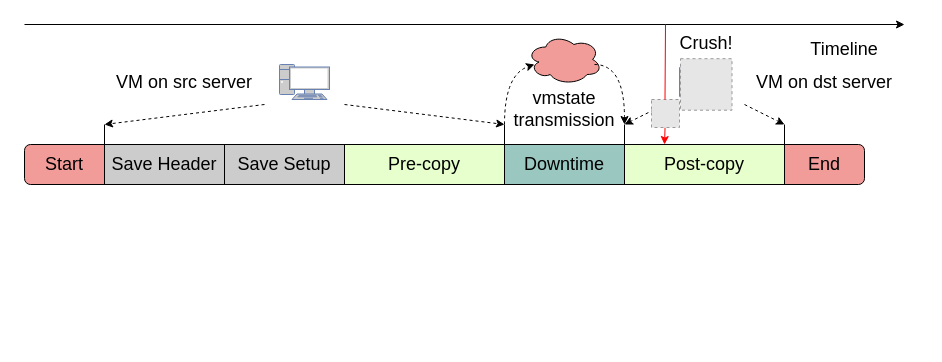
This is qemu-migration/live migration procedure.drawio from xuyizhe1999/drawio, a draw.io file, before an edit. Source tidied: cells renumbered, new cells numbered last; positions are measured from the earlier drawing's top-left corner, leaving out a move shared by most shapes. Both pictures are drawn from the tidied source at 100%, with x=0, y=0 at pixel (24, 24). Pictures stored in the file or linked from it are replaced by grey dashed boxes.
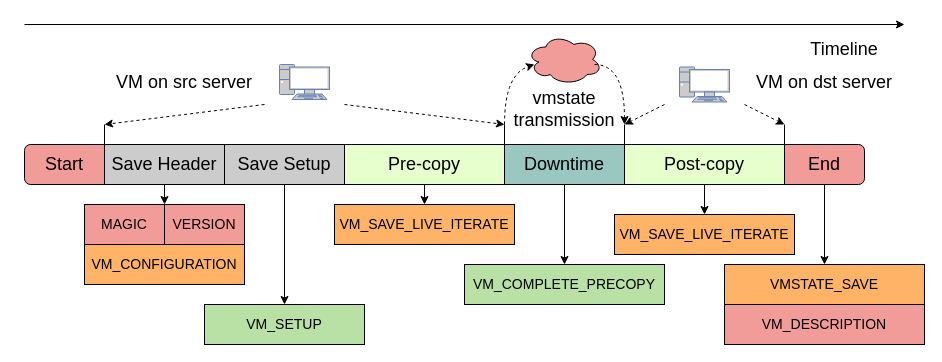
Above is the later version.

Unchanged cells that the change refers to:
```xml
<mxCell id="5" value="Save Header" style="rounded=0;whiteSpace=wrap;html=1;fontSize=18;fillColor=#CCCCCC;" parent="1" vertex="1">
  <mxGeometry x="80" y="120" width="120" height="40" as="geometry" />
</mxCell>
<mxCell id="6" value="Save Setup" style="rounded=0;whiteSpace=wrap;html=1;fontSize=18;fillColor=#CCCCCC;" parent="1" vertex="1">
  <mxGeometry x="200" y="120" width="120" height="40" as="geometry" />
</mxCell>
<mxCell id="8" value="Pre-copy" style="rounded=0;whiteSpace=wrap;html=1;fontSize=18;fillColor=#E6FFCC;" parent="1" vertex="1">
  <mxGeometry x="320" y="120" width="160" height="40" as="geometry" />
</mxCell>
<mxCell id="9" value="Downtime" style="rounded=0;whiteSpace=wrap;html=1;fontSize=18;fillColor=#9AC7BF;" parent="1" vertex="1">
  <mxGeometry x="480" y="120" width="120" height="40" as="geometry" />
</mxCell>
<mxCell id="10" value="Post-copy" style="rounded=0;whiteSpace=wrap;html=1;fontSize=18;fillColor=#E6FFCC;" parent="1" vertex="1">
  <mxGeometry x="600" y="120" width="160" height="40" as="geometry" />
</mxCell>
```

What changed in the source:
```diff
@@
+    <mxCell id="34" style="edgeStyle=orthogonalEdgeStyle;rounded=0;jettySize=auto;html=1;exitX=0.5;exitY=1;exitDx=0;exitDy=0;entryX=0;entryY=0;entryDx=0;entryDy=0;fontSize=14;strokeColor=#000000;" parent="1" edge="1" source="5" target="40">
+      <mxGeometry relative="1" as="geometry" />
+    </mxCell>
@@
+    <mxCell id="35" style="edgeStyle=orthogonalEdgeStyle;rounded=0;jettySize=auto;html=1;exitX=0.5;exitY=1;exitDx=0;exitDy=0;entryX=0.5;entryY=0;entryDx=0;entryDy=0;fontSize=14;strokeColor=#000000;" parent="1" edge="1" source="6" target="42">
+      <mxGeometry relative="1" as="geometry" />
+    </mxCell>
@@
+    <mxCell id="36" style="edgeStyle=orthogonalEdgeStyle;rounded=0;jettySize=auto;html=1;exitX=0.5;exitY=1;exitDx=0;exitDy=0;entryX=0.5;entryY=0;entryDx=0;entryDy=0;fontSize=14;strokeColor=#000000;" parent="1" edge="1" source="8" target="43">
+      <mxGeometry relative="1" as="geometry" />
+    </mxCell>
@@
+    <mxCell id="37" style="edgeStyle=orthogonalEdgeStyle;rounded=0;jettySize=auto;html=1;exitX=0.5;exitY=1;exitDx=0;exitDy=0;entryX=0.5;entryY=0;entryDx=0;entryDy=0;fontSize=14;strokeColor=#000000;" parent="1" edge="1" source="9" target="44">
+      <mxGeometry relative="1" as="geometry" />
+    </mxCell>
@@
+    <mxCell id="38" style="edgeStyle=orthogonalEdgeStyle;rounded=0;jettySize=auto;html=1;exitX=0.5;exitY=1;exitDx=0;exitDy=0;entryX=0.5;entryY=0;entryDx=0;entryDy=0;fontSize=14;strokeColor=#000000;" parent="1" edge="1" source="10" target="47">
+      <mxGeometry relative="1" as="geometry" />
+    </mxCell>
@@
-    <mxCell id="29" style="endArrow=classic;html=1;rounded=0;fontSize=18;entryX=0.25;entryY=0;entryDx=0;entryDy=0;strokeColor=#FF0000;startArrow=none;" parent="1" edge="1" source="32" target="10">
-      <mxGeometry relative="1" as="geometry" />
-    </mxCell>
-    <mxCell id="30" style="fillColor=#E6E6E6;strokeColor=#999999;dashed=1;html=1;verticalAlign=top;verticalLabelPosition=bottom;labelBackgroundColor=#ffffff;fontSize=18;" parent="1" vertex="1">
-      <mxGeometry x="656" y="34.2" width="51.5" height="51.5" as="geometry" />
-    </mxCell>
-    <mxCell id="31" value="Crush!" style="text;html=1;strokeColor=none;fillColor=none;align=center;verticalAlign=middle;whiteSpace=wrap;rounded=0;fontSize=18;" parent="1" vertex="1">
-      <mxGeometry x="652" y="4" width="60" height="30" as="geometry" />
-    </mxCell>
-    <mxCell id="32" style="fillColor=#E6E6E6;strokeColor=#999999;dashed=1;html=1;verticalAlign=top;verticalLabelPosition=bottom;labelBackgroundColor=#ffffff;fontSize=18;" parent="1" vertex="1">
-      <mxGeometry x="627" y="75" width="28" height="28" as="geometry" />
-    </mxCell>
-    <mxCell id="33" style="endArrow=none;html=1;rounded=0;fontSize=18;strokeColor=#FF0000;" parent="1" edge="1">
-      <mxGeometry relative="1" as="geometry">
-        <mxPoint x="641" as="sourcePoint" />
-        <mxPoint x="640.5" y="75" as="targetPoint" />
-      </mxGeometry>
-    </mxCell>
+    <mxCell id="39" value="&lt;font style=&quot;font-size: 14px;&quot;&gt;MAGIC&lt;/font&gt;" style="rounded=0;whiteSpace=wrap;html=1;fillColor=#F19C99;" parent="1" vertex="1">
+      <mxGeometry x="60" y="180" width="80" height="40" as="geometry" />
+    </mxCell>
+    <mxCell id="40" value="&lt;font style=&quot;font-size: 14px;&quot;&gt;VERSION&lt;/font&gt;" style="rounded=0;whiteSpace=wrap;html=1;fillColor=#F19C99;" parent="1" vertex="1">
+      <mxGeometry x="140" y="180" width="80" height="40" as="geometry" />
+    </mxCell>
+    <mxCell id="41" value="&lt;font style=&quot;font-size: 14px;&quot;&gt;VM_CONFIGURATION&lt;/font&gt;" style="rounded=0;whiteSpace=wrap;html=1;fillColor=#FFB366;" parent="1" vertex="1">
+      <mxGeometry x="60" y="220" width="160" height="40" as="geometry" />
+    </mxCell>
+    <mxCell id="42" value="&lt;font style=&quot;font-size: 14px;&quot;&gt;VM_SETUP&lt;/font&gt;" style="rounded=0;whiteSpace=wrap;html=1;fillColor=#B9E0A5;" parent="1" vertex="1">
+      <mxGeometry x="180" y="280" width="160" height="40" as="geometry" />
+    </mxCell>
+    <mxCell id="43" value="&lt;font style=&quot;font-size: 14px;&quot;&gt;VM_SAVE_LIVE_ITERATE&lt;/font&gt;" style="rounded=0;whiteSpace=wrap;html=1;fillColor=#FFB366;" parent="1" vertex="1">
+      <mxGeometry x="310" y="180" width="180" height="40" as="geometry" />
+    </mxCell>
+    <mxCell id="44" value="&lt;font style=&quot;font-size: 14px;&quot;&gt;VM_COMPLETE_PRECOPY&lt;/font&gt;" style="rounded=0;whiteSpace=wrap;html=1;fillColor=#B9E0A5;" parent="1" vertex="1">
+      <mxGeometry x="440" y="240" width="200" height="40" as="geometry" />
+    </mxCell>
+    <mxCell id="45" value="&lt;font style=&quot;font-size: 14px;&quot;&gt;VMSTATE_SAVE&lt;/font&gt;" style="rounded=0;whiteSpace=wrap;html=1;fillColor=#FFB366;" parent="1" vertex="1">
+      <mxGeometry x="700" y="240" width="200" height="40" as="geometry" />
+    </mxCell>
+    <mxCell id="46" value="&lt;font style=&quot;font-size: 14px;&quot;&gt;VM_DESCRIPTION&lt;/font&gt;" style="rounded=0;whiteSpace=wrap;html=1;fillColor=#F19C99;" parent="1" vertex="1">
+      <mxGeometry x="700" y="280" width="200" height="40" as="geometry" />
+    </mxCell>
+    <mxCell id="47" value="&lt;font style=&quot;font-size: 14px;&quot;&gt;VM_SAVE_LIVE_ITERATE&lt;/font&gt;" style="rounded=0;whiteSpace=wrap;html=1;fillColor=#FFB366;" parent="1" vertex="1">
+      <mxGeometry x="590" y="190" width="180" height="40" as="geometry" />
+    </mxCell>
+    <mxCell id="48" style="endArrow=classic;html=1;rounded=0;fontSize=14;strokeColor=#000000;entryX=0.5;entryY=0;entryDx=0;entryDy=0;" parent="1" edge="1" target="45">
+      <mxGeometry relative="1" as="geometry">
+        <mxPoint x="800" y="160" as="sourcePoint" />
+      </mxGeometry>
+    </mxCell>
```
